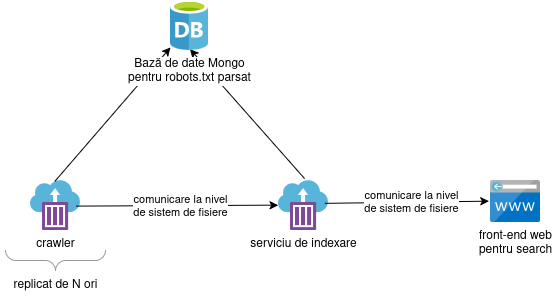
Above: Proiect/Service Diagram.drawio.png in RealKC/information-retrieval-search-engine (draw.io), before the change. Source tidied: cells renumbered, new cells last; positions are measured from the earlier drawing's top-left corner, leaving out a move shared by most shapes.
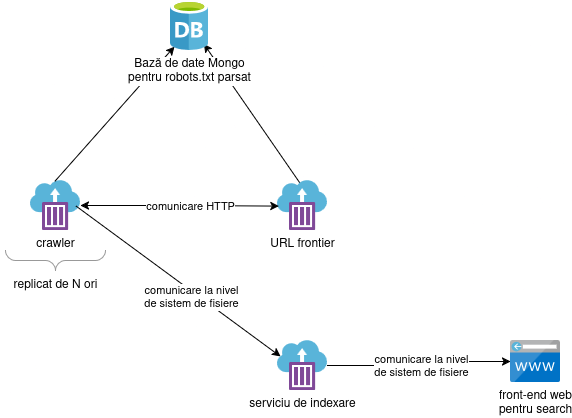
After the commit.

The edit, as a diff of the source:
```diff
@@ -14,34 +14,49 @@
     <mxCell id="5" value="replicat de N ori" style="text;html=1;align=center;verticalAlign=middle;strokeColor=none;fillColor=none;" parent="2" vertex="1">
       <mxGeometry y="90" width="110" height="30" as="geometry" />
     </mxCell>
-    <mxCell id="6" value="serviciu de indexare" style="image;sketch=0;html=1;points=[];align=center;fontSize=12;image=img/lib/mscae/Container_Instances.svg;" parent="1" vertex="1">
-      <mxGeometry x="278" y="180" width="50" height="50" as="geometry" />
-    </mxCell>
-    <mxCell id="7" value="&lt;div&gt;front-end web&lt;/div&gt;&lt;div&gt;pentru search&lt;/div&gt;" style="image;sketch=0;html=1;points=[];align=center;fontSize=12;image=img/lib/mscae/CustomDomain.svg;" parent="1" vertex="1">
-      <mxGeometry x="490" y="180" width="50" height="42" as="geometry" />
-    </mxCell>
-    <mxCell id="8" style="endArrow=classic;html=1;rounded=0;exitX=0.487;exitY=0.017;exitDx=0;exitDy=0;exitPerimeter=0;" parent="1" edge="1" source="3" target="10">
+    <mxCell id="8" style="endArrow=classic;html=1;rounded=0;exitX=0.487;exitY=0.017;exitDx=0;exitDy=0;exitPerimeter=0;entryX=0.103;entryY=0.922;entryDx=0;entryDy=0;entryPerimeter=0;" parent="1" edge="1" source="3" target="10">
       <mxGeometry relative="1" as="geometry" />
     </mxCell>
-    <mxCell id="9" style="endArrow=classic;html=1;rounded=0;exitX=0.522;exitY=-0.038;exitDx=0;exitDy=0;exitPerimeter=0;entryX=0.515;entryY=0.973;entryDx=0;entryDy=0;entryPerimeter=0;" parent="1" edge="1" source="6" target="10">
+    <mxCell id="9" style="endArrow=classic;html=1;rounded=0;exitX=0.45;exitY=0.053;exitDx=0;exitDy=0;exitPerimeter=0;entryX=0.875;entryY=0.867;entryDx=0;entryDy=0;entryPerimeter=0;" parent="1" edge="1" source="15" target="10">
       <mxGeometry relative="1" as="geometry" />
     </mxCell>
     <mxCell id="10" value="&lt;div&gt;Bază de date Mongo&lt;/div&gt;&lt;div&gt;pentru robots.txt parsat&lt;/div&gt;" style="image;sketch=0;html=1;points=[];align=center;fontSize=12;image=img/lib/mscae/Database_General.svg;" parent="1" vertex="1">
       <mxGeometry x="170" width="38" height="50" as="geometry" />
     </mxCell>
-    <mxCell id="11" style="endArrow=classic;html=1;rounded=0;exitX=0.912;exitY=0.512;exitDx=0;exitDy=0;exitPerimeter=0;entryX=-0.007;entryY=0.493;entryDx=0;entryDy=0;entryPerimeter=0;" parent="1" edge="1" source="3" target="6">
-      <mxGeometry relative="1" as="geometry" />
+    <mxCell id="11" style="endArrow=classic;html=1;rounded=0;exitX=0.912;exitY=0.512;exitDx=0;exitDy=0;exitPerimeter=0;" parent="1" edge="1" source="3">
+      <mxGeometry relative="1" as="geometry">
+        <mxPoint x="280" y="356" as="targetPoint" />
+      </mxGeometry>
     </mxCell>
     <mxCell id="12" value="&lt;div&gt;comunicare la nivel&lt;/div&gt;&lt;div&gt;de sistem de fisiere&lt;/div&gt;" style="edgeLabel;html=1;align=center;verticalAlign=middle;" parent="11" vertex="1">
       <mxGeometry x="-0.36" y="-1" relative="1" as="geometry">
-        <mxPoint x="39" y="-1" as="offset" />
+        <mxPoint x="50" y="42" as="offset" />
       </mxGeometry>
     </mxCell>
+    <mxCell id="6" value="serviciu de indexare" style="image;sketch=0;html=1;points=[];align=center;fontSize=12;image=img/lib/mscae/Container_Instances.svg;" parent="1" vertex="1">
+      <mxGeometry x="277" y="340" width="50" height="50" as="geometry" />
+    </mxCell>
+    <mxCell id="7" value="&lt;div&gt;front-end web&lt;/div&gt;&lt;div&gt;pentru search&lt;/div&gt;" style="image;sketch=0;html=1;points=[];align=center;fontSize=12;image=img/lib/mscae/CustomDomain.svg;" parent="1" vertex="1">
+      <mxGeometry x="510" y="340" width="50" height="42" as="geometry" />
+    </mxCell>
+    <mxCell id="15" value="URL frontier" style="image;sketch=0;html=1;points=[];align=center;fontSize=12;image=img/lib/mscae/Container_Instances.svg;" parent="1" vertex="1">
+      <mxGeometry x="277" y="180" width="50" height="50" as="geometry" />
+    </mxCell>
+    <mxCell id="16" style="edgeStyle=orthogonalEdgeStyle;rounded=0;jettySize=auto;html=1;entryX=0.028;entryY=0.512;entryDx=0;entryDy=0;entryPerimeter=0;startArrow=classic;startFill=1;" parent="1" edge="1" source="3" target="15">
+      <mxGeometry relative="1" as="geometry" />
+    </mxCell>
+    <mxCell id="17" value="comunicare HTTP" style="edgeLabel;html=1;align=center;verticalAlign=middle;" parent="16" vertex="1">
+      <mxGeometry x="-0.29" y="-4" relative="1" as="geometry">
+        <mxPoint x="38" y="-4" as="offset" />
+      </mxGeometry>
+    </mxCell>
-    <mxCell id="13" style="endArrow=classic;html=1;rounded=0;exitX=0.928;exitY=0.457;exitDx=0;exitDy=0;exitPerimeter=0;entryX=-0.032;entryY=0.492;entryDx=0;entryDy=0;entryPerimeter=0;" parent="1" edge="1" source="6" target="7">
+    <mxCell id="13" style="edgeStyle=orthogonalEdgeStyle;rounded=0;jettySize=auto;html=1;entryX=0;entryY=0.5;entryDx=0;entryDy=0;entryPerimeter=0;" parent="1" edge="1" source="6" target="7">
       <mxGeometry relative="1" as="geometry" />
     </mxCell>
     <mxCell id="14" value="&lt;div&gt;comunicare la nivel&lt;/div&gt;&lt;div&gt;de sistem de fisiere&lt;/div&gt;" style="edgeLabel;html=1;align=center;verticalAlign=middle;" parent="13" vertex="1">
-      <mxGeometry x="0.05" relative="1" as="geometry" />
+      <mxGeometry x="-0.17" y="-2" relative="1" as="geometry">
+        <mxPoint x="15" y="-2" as="offset" />
+      </mxGeometry>
     </mxCell>
   </root>
 </mxGraphModel>
```
